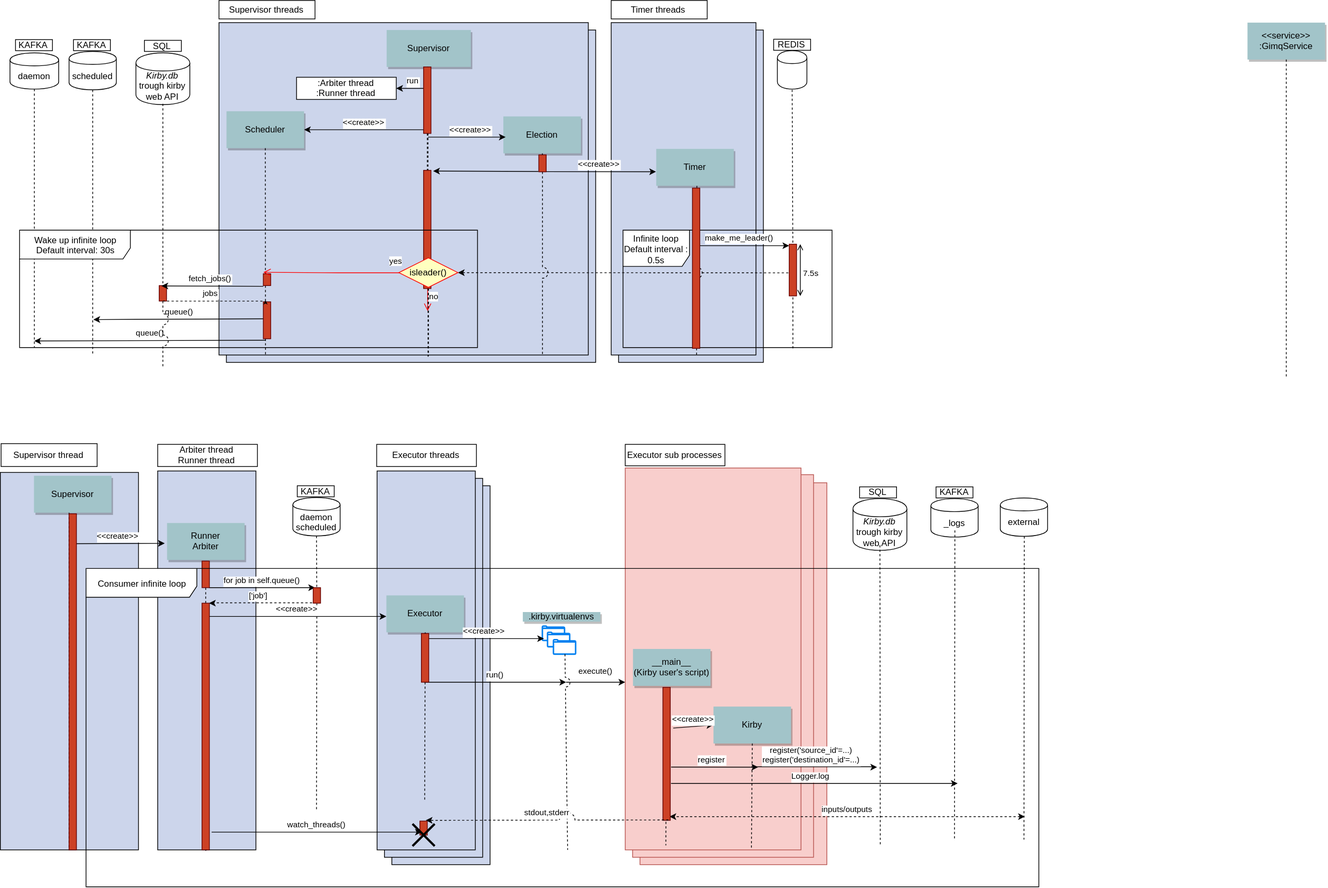
The draw.io diagram docs/_static/kirby_process_schemes.svg in adimian/kirby, before a commit. Source tidied: cells renumbered, new cells last; positions are measured from the earlier drawing's top-left corner, leaving out a move shared by most shapes.
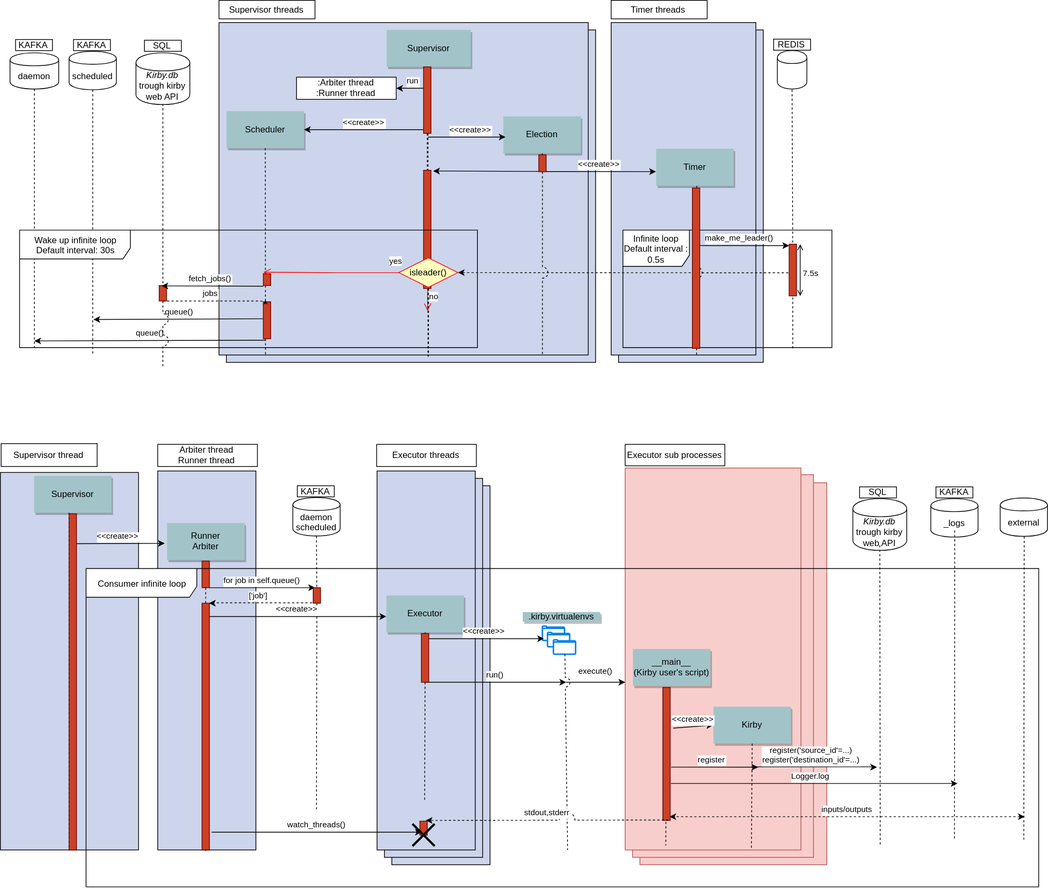
Above is the later version.

Diff of the diagram source:
```diff
@@ -34,14 +34,6 @@
         <mxPoint x="579" y="482" as="targetPoint" />
       </mxGeometry>
     </mxCell>
-    <mxCell id="11" value="&lt;&lt;service&gt;&gt;&#10;:GimqService" style="shadow=1;fillColor=#A2C4C9;strokeColor=none;" parent="1" vertex="1">
-      <mxGeometry x="1688.5" y="30" width="105" height="50" as="geometry" />
-    </mxCell>
-    <mxCell id="12" style="edgeStyle=none;endArrow=none;dashed=1;" parent="1" edge="1" source="11">
-      <mxGeometry x="1174.1" y="210" as="geometry">
-        <mxPoint x="1741" y="510" as="targetPoint" />
-      </mxGeometry>
-    </mxCell>
     <mxCell id="13" value="&lt;&lt;create&gt;&gt;" style="edgeStyle=none;verticalLabelPosition=top;verticalAlign=bottom;exitX=1.05;exitY=0.16;exitDx=0;exitDy=0;exitPerimeter=0;entryX=-0.003;entryY=0.617;entryDx=0;entryDy=0;entryPerimeter=0;" parent="1" edge="1" target="14">
       <mxGeometry x="390" y="173.9" as="geometry">
         <mxPoint x="733.5" y="231.8" as="sourcePoint" />
```
